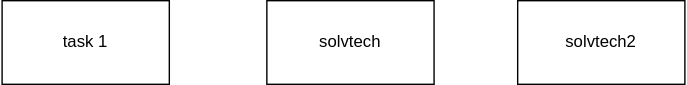
Before: systems_analysis/eva2/crear-env-vars-gitbash-windows.drawio.svg, a diagram exported from draw.io (cdvelop/aiep). Source tidied: cells renumbered, new cells last; positions are measured from the earlier drawing's top-left corner, leaving out a move shared by most shapes.
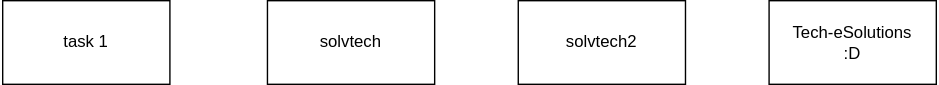
The same diagram one commit later.

Diff of the diagram source:
```diff
@@ -11,5 +11,8 @@
     <mxCell id="4" value="solvtech2" style="rounded=0;whiteSpace=wrap;html=1;" parent="1" vertex="1">
       <mxGeometry x="370" width="120" height="60" as="geometry" />
     </mxCell>
+    <mxCell id="5" value="&lt;div&gt;Tech-eSolutions&lt;/div&gt;&lt;div&gt;:D&lt;/div&gt;" style="rounded=0;whiteSpace=wrap;html=1;" parent="1" vertex="1">
+      <mxGeometry x="550" width="120" height="60" as="geometry" />
+    </mxCell>
   </root>
 </mxGraphModel>
```
